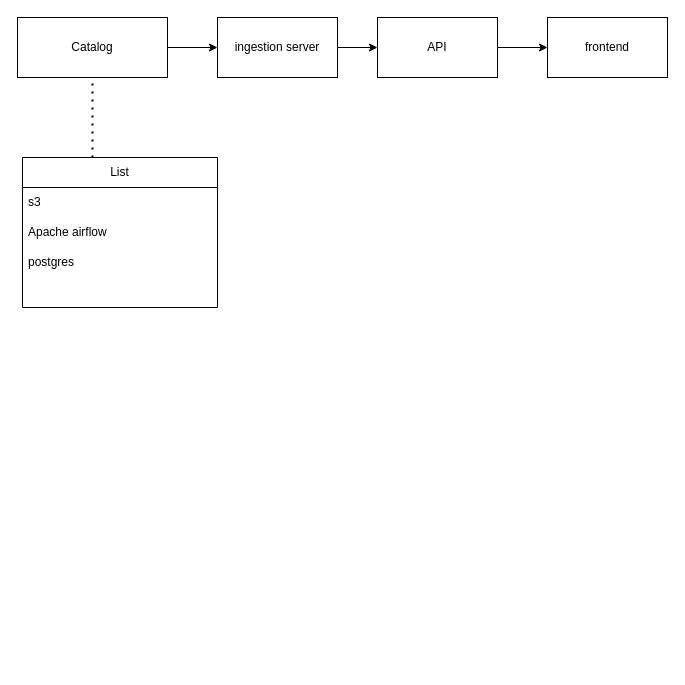
Earlier version of the draw.io diagram Openverse Diagram.drawio (ngken0995/dpweb). Source tidied: cells renumbered, new cells numbered last; positions are measured from the earlier drawing's top-left corner, leaving out a move shared by most shapes. Both pictures are drawn from the tidied source at 100%, with x=0, y=0 at pixel (17, 17).
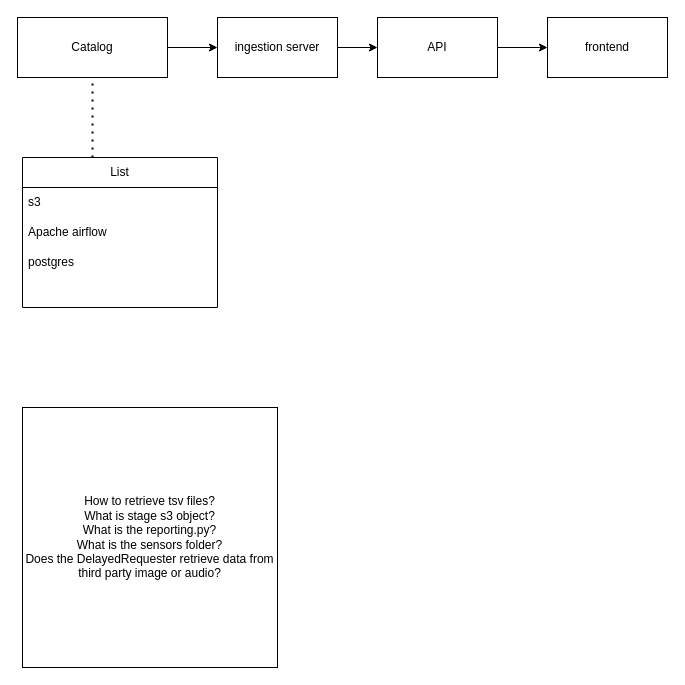
The same page after the edit.

Diff of the diagram source:
```diff
@@
 <mxGraphModel>
   <root>
     <mxCell id="0" />
     <mxCell id="1" parent="0" />
     <mxCell id="2" value="Catalog" style="rounded=0;whiteSpace=wrap;html=1;" parent="1" vertex="1">
       <mxGeometry width="150" height="60" as="geometry" />
     </mxCell>
     <mxCell id="3" style="endArrow=classic;html=1;rounded=0;exitX=1;exitY=0.5;exitDx=0;exitDy=0;" parent="1" edge="1" source="2" target="4">
       <mxGeometry relative="1" as="geometry" />
     </mxCell>
     <mxCell id="4" value="ingestion server" style="rounded=0;whiteSpace=wrap;html=1;" parent="1" vertex="1">
       <mxGeometry x="200" width="120" height="60" as="geometry" />
     </mxCell>
     <mxCell id="5" style="endArrow=classic;html=1;rounded=0;exitX=1;exitY=0.5;exitDx=0;exitDy=0;" parent="1" edge="1" source="4" target="6">
       <mxGeometry relative="1" as="geometry" />
     </mxCell>
     <mxCell id="6" value="API" style="rounded=0;whiteSpace=wrap;html=1;" parent="1" vertex="1">
       <mxGeometry x="360" width="120" height="60" as="geometry" />
     </mxCell>
     <mxCell id="7" style="endArrow=classic;html=1;rounded=0;exitX=1;exitY=0.5;exitDx=0;exitDy=0;" parent="1" edge="1" source="6" target="8">
       <mxGeometry relative="1" as="geometry" />
     </mxCell>
     <mxCell id="8" value="frontend" style="rounded=0;whiteSpace=wrap;html=1;" parent="1" vertex="1">
       <mxGeometry x="530" width="120" height="60" as="geometry" />
     </mxCell>
     <mxCell id="9" style="endArrow=none;dashed=1;html=1;dashPattern=1 3;strokeWidth=2;rounded=0;entryX=0.5;entryY=1;entryDx=0;entryDy=0;" parent="1" edge="1" target="2">
       <mxGeometry relative="1" as="geometry">
         <mxPoint x="75" y="140" as="sourcePoint" />
       </mxGeometry>
     </mxCell>
     <mxCell id="10" value="List" style="swimlane;fontStyle=0;horizontal=1;startSize=30;whiteSpace=wrap;html=1;" parent="1" vertex="1">
       <mxGeometry x="5" y="140" width="195" height="150" as="geometry" />
     </mxCell>
     <mxCell id="11" value="s3" style="text;strokeColor=none;fillColor=none;align=left;verticalAlign=middle;spacingLeft=4;spacingRight=4;overflow=hidden;whiteSpace=wrap;html=1;" parent="10" vertex="1">
       <mxGeometry y="30" width="195" height="30" as="geometry" />
     </mxCell>
     <mxCell id="12" value="Apache airflow" style="text;strokeColor=none;fillColor=none;align=left;verticalAlign=middle;spacingLeft=4;spacingRight=4;overflow=hidden;whiteSpace=wrap;html=1;" parent="10" vertex="1">
       <mxGeometry y="60" width="195" height="30" as="geometry" />
     </mxCell>
     <mxCell id="13" value="postgres" style="text;strokeColor=none;fillColor=none;align=left;verticalAlign=middle;spacingLeft=4;spacingRight=4;overflow=hidden;whiteSpace=wrap;html=1;" parent="10" vertex="1">
       <mxGeometry y="90" width="195" height="30" as="geometry" />
     </mxCell>
     <mxCell id="14" style="text;strokeColor=none;fillColor=none;align=left;verticalAlign=middle;spacingLeft=4;spacingRight=4;overflow=hidden;whiteSpace=wrap;html=1;" parent="10" vertex="1">
       <mxGeometry y="120" width="195" height="30" as="geometry" />
     </mxCell>
+    <mxCell id="15" value="How to retrieve tsv files?&lt;br&gt;What is stage s3 object?&lt;br&gt;What is the reporting.py?&lt;br&gt;What is the sensors folder?&lt;br&gt;Does the DelayedRequester retrieve data from third party image or audio?" style="whiteSpace=wrap;html=1;" parent="1" vertex="1">
+      <mxGeometry x="5" y="390" width="255" height="260" as="geometry" />
+    </mxCell>
   </root>
 </mxGraphModel>
```
